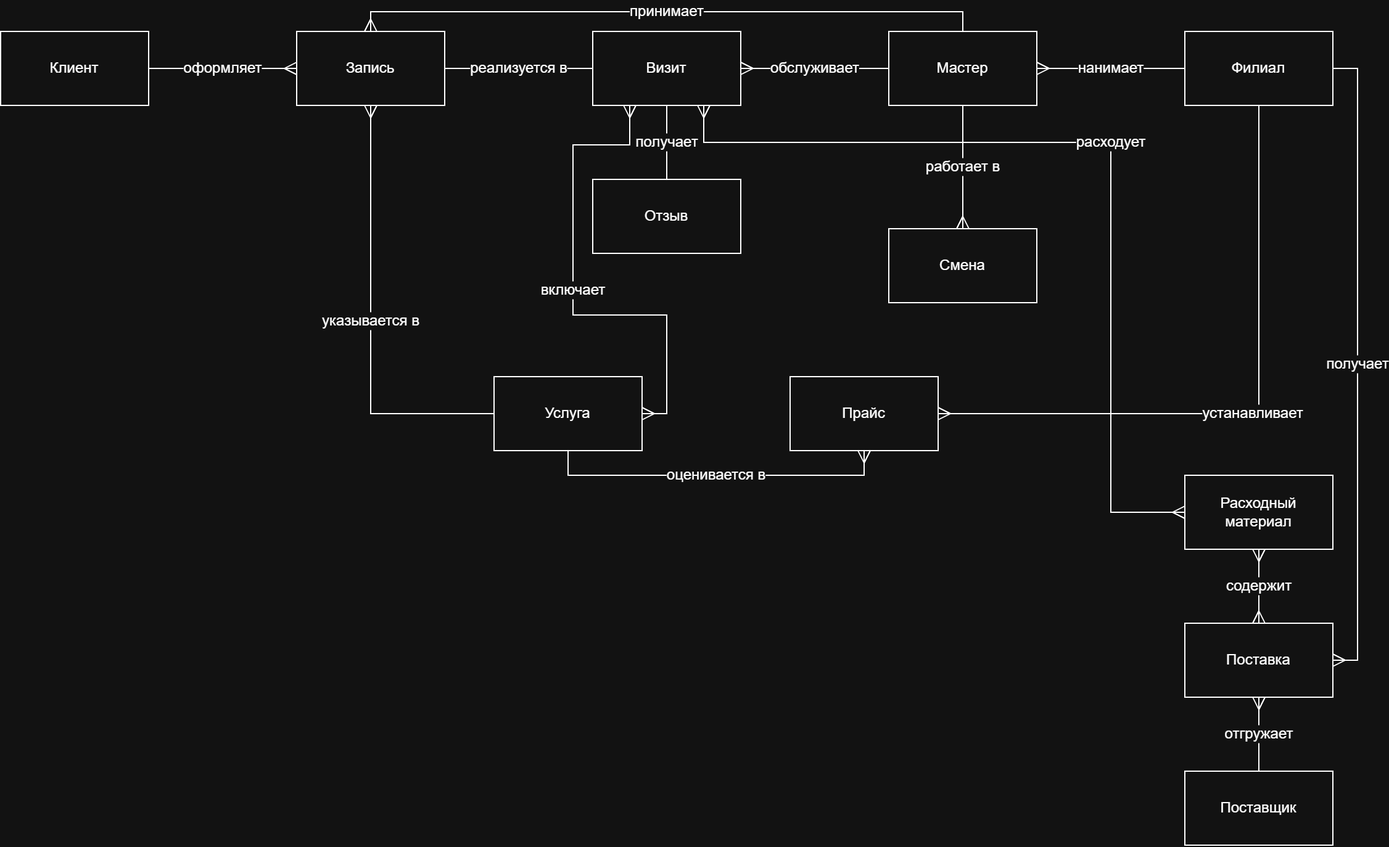
Above: schemas/conceptual.png in dntcs/barbershop-db (draw.io), before the change. Source tidied: cells renumbered, new cells last; positions are measured from the earlier drawing's top-left corner, leaving out a move shared by most shapes.
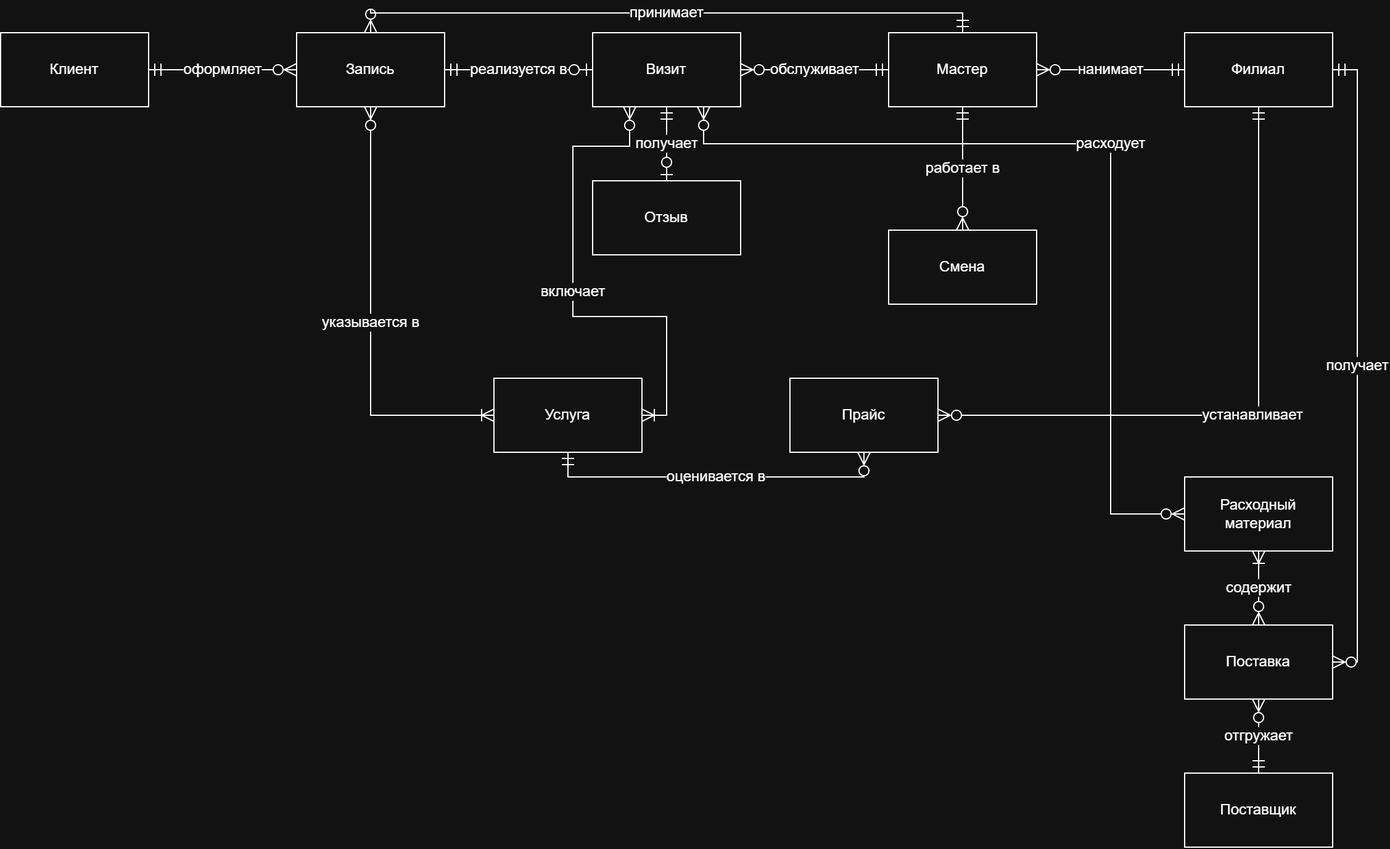
The same file after the commit.

Commit message:
Исправление концептуальной схемы

Diff of the diagram source:
```diff
@@ -2,7 +2,7 @@
   <root>
     <mxCell id="0" />
     <mxCell id="1" parent="0" />
-    <mxCell id="2" value="расходует" style="edgeStyle=orthogonalEdgeStyle;rounded=0;jettySize=auto;html=1;exitX=0.75;exitY=1;exitDx=0;exitDy=0;entryX=0;entryY=0.5;entryDx=0;entryDy=0;fontSize=12;defaultLabelBackgroundColor=page;startSize=8;endSize=8;libavoidRouting=1;endArrow=ERmany;endFill=0;startArrow=ERmany;startFill=0;" parent="1" edge="1" source="18" target="23">
+    <mxCell id="2" value="расходует" style="edgeStyle=orthogonalEdgeStyle;rounded=0;jettySize=auto;html=1;exitX=0.75;exitY=1;exitDx=0;exitDy=0;entryX=0;entryY=0.5;entryDx=0;entryDy=0;fontSize=12;defaultLabelBackgroundColor=page;startSize=8;endSize=8;libavoidRouting=1;endArrow=ERzeroToMany;endFill=0;startArrow=ERzeroToMany;startFill=0;" parent="1" edge="1" source="18" target="23">
       <mxGeometry relative="1" as="geometry">
         <Array as="points">
           <mxPoint x="570" y="106" />
@@ -11,7 +11,7 @@
         </Array>
       </mxGeometry>
     </mxCell>
-    <mxCell id="3" value="принимает" style="edgeStyle=orthogonalEdgeStyle;rounded=0;jettySize=auto;html=1;fontSize=12;defaultLabelBackgroundColor=page;startSize=8;endSize=8;libavoidRouting=1;endArrow=ERmany;endFill=0;startArrow=none;startFill=0;" parent="1" edge="1" source="10" target="15">
+    <mxCell id="3" value="принимает" style="edgeStyle=orthogonalEdgeStyle;rounded=0;jettySize=auto;html=1;fontSize=12;defaultLabelBackgroundColor=page;startSize=8;endSize=8;libavoidRouting=1;endArrow=ERzeroToMany;endFill=0;startArrow=ERmandOne;startFill=0;" parent="1" edge="1" source="10" target="15">
       <mxGeometry relative="1" as="geometry">
         <Array as="points">
           <mxPoint x="780" />
@@ -19,17 +19,17 @@
         </Array>
       </mxGeometry>
     </mxCell>
-    <mxCell id="4" value="нанимает" style="edgeStyle=none;curved=1;rounded=0;curveGeometry=1;jettySize=auto;html=1;exitX=0;exitY=0.5;exitDx=0;exitDy=0;fontSize=12;defaultLabelBackgroundColor=page;startSize=8;endSize=8;endArrow=ERmany;endFill=0;startArrow=none;startFill=0;" parent="1" edge="1" source="7" target="10">
+    <mxCell id="4" value="нанимает" style="edgeStyle=none;curved=1;rounded=0;curveGeometry=1;jettySize=auto;html=1;exitX=0;exitY=0.5;exitDx=0;exitDy=0;fontSize=12;defaultLabelBackgroundColor=page;startSize=8;endSize=8;endArrow=ERzeroToMany;endFill=0;startArrow=ERmandOne;startFill=0;" parent="1" edge="1" source="7" target="10">
       <mxGeometry relative="1" as="geometry" />
     </mxCell>
-    <mxCell id="5" value="устанавливает" style="edgeStyle=orthogonalEdgeStyle;rounded=0;jettySize=auto;html=1;entryX=1;entryY=0.5;entryDx=0;entryDy=0;fontSize=12;defaultLabelBackgroundColor=page;startSize=8;endSize=8;libavoidRouting=1;endArrow=ERmany;endFill=0;startArrow=none;startFill=0;" parent="1" edge="1" source="7" target="22">
+    <mxCell id="5" value="устанавливает" style="edgeStyle=orthogonalEdgeStyle;rounded=0;jettySize=auto;html=1;entryX=1;entryY=0.5;entryDx=0;entryDy=0;fontSize=12;defaultLabelBackgroundColor=page;startSize=8;endSize=8;libavoidRouting=1;endArrow=ERzeroToMany;endFill=0;startArrow=ERmandOne;startFill=0;" parent="1" edge="1" source="7" target="22">
       <mxGeometry relative="1" as="geometry">
         <Array as="points">
           <mxPoint x="1020" y="326" />
         </Array>
       </mxGeometry>
     </mxCell>
-    <mxCell id="6" value="получает" style="edgeStyle=orthogonalEdgeStyle;rounded=0;jettySize=auto;html=1;entryX=1;entryY=0.5;entryDx=0;entryDy=0;fontSize=12;defaultLabelBackgroundColor=page;startSize=8;endSize=8;libavoidRouting=1;endArrow=ERmany;endFill=0;startArrow=none;startFill=0;" parent="1" edge="1" source="7" target="27">
+    <mxCell id="6" value="получает" style="edgeStyle=orthogonalEdgeStyle;rounded=0;jettySize=auto;html=1;entryX=1;entryY=0.5;entryDx=0;entryDy=0;fontSize=12;defaultLabelBackgroundColor=page;startSize=8;endSize=8;libavoidRouting=1;endArrow=ERzeroToMany;endFill=0;startArrow=ERmandOne;startFill=0;" parent="1" edge="1" source="7" target="27">
       <mxGeometry relative="1" as="geometry">
         <Array as="points">
           <mxPoint x="1100" y="46" />
@@ -40,10 +40,10 @@
     <mxCell id="7" value="Филиал" style="rounded=0;whiteSpace=wrap;html=1;" parent="1" vertex="1">
       <mxGeometry x="960" y="16" width="120" height="60" as="geometry" />
     </mxCell>
-    <mxCell id="8" value="работает в" style="edgeStyle=none;curved=1;rounded=0;curveGeometry=1;jettySize=auto;html=1;entryX=0.5;entryY=0;entryDx=0;entryDy=0;fontSize=12;defaultLabelBackgroundColor=page;startSize=8;endSize=8;endArrow=ERmany;endFill=0;startArrow=none;startFill=0;" parent="1" edge="1" source="10" target="11">
+    <mxCell id="8" value="работает в" style="edgeStyle=none;curved=1;rounded=0;curveGeometry=1;jettySize=auto;html=1;entryX=0.5;entryY=0;entryDx=0;entryDy=0;fontSize=12;defaultLabelBackgroundColor=page;startSize=8;endSize=8;endArrow=ERzeroToMany;endFill=0;startArrow=ERmandOne;startFill=0;" parent="1" edge="1" source="10" target="11">
       <mxGeometry relative="1" as="geometry" />
     </mxCell>
-    <mxCell id="9" value="обслуживает" style="edgeStyle=none;curved=1;rounded=0;curveGeometry=1;jettySize=auto;html=1;entryX=1;entryY=0.5;entryDx=0;entryDy=0;fontSize=12;defaultLabelBackgroundColor=page;startSize=8;endSize=8;endArrow=ERmany;endFill=0;startArrow=none;startFill=0;" parent="1" edge="1" source="10" target="18">
+    <mxCell id="9" value="обслуживает" style="edgeStyle=none;curved=1;rounded=0;curveGeometry=1;jettySize=auto;html=1;entryX=1;entryY=0.5;entryDx=0;entryDy=0;fontSize=12;defaultLabelBackgroundColor=page;startSize=8;endSize=8;endArrow=ERzeroToMany;endFill=0;startArrow=ERmandOne;startFill=0;" parent="1" edge="1" source="10" target="18">
       <mxGeometry relative="1" as="geometry" />
     </mxCell>
     <mxCell id="10" value="&lt;div&gt;&lt;span style=&quot;background-color: transparent; color: light-dark(#000000, var(--ge-light-color, #ffffff));&quot;&gt;Мастер&lt;/span&gt;&lt;/div&gt;" style="rounded=0;whiteSpace=wrap;html=1;" parent="1" vertex="1">
@@ -52,19 +52,19 @@
     <mxCell id="11" value="Смена" style="rounded=0;whiteSpace=wrap;html=1;" parent="1" vertex="1">
       <mxGeometry x="720" y="176" width="120" height="60" as="geometry" />
     </mxCell>
-    <mxCell id="12" value="оформляет" style="edgeStyle=none;curved=1;rounded=0;curveGeometry=1;jettySize=auto;html=1;fontSize=12;defaultLabelBackgroundColor=page;startSize=8;endSize=8;endArrow=ERmany;endFill=0;startArrow=none;startFill=0;" parent="1" edge="1" source="13" target="15">
+    <mxCell id="12" value="оформляет" style="edgeStyle=none;curved=1;rounded=0;curveGeometry=1;jettySize=auto;html=1;fontSize=12;defaultLabelBackgroundColor=page;startSize=8;endSize=8;endArrow=ERzeroToMany;endFill=0;startArrow=ERmandOne;startFill=0;" parent="1" edge="1" source="13" target="15">
       <mxGeometry relative="1" as="geometry" />
     </mxCell>
     <mxCell id="13" value="Клиент" style="rounded=0;whiteSpace=wrap;html=1;" parent="1" vertex="1">
       <mxGeometry y="16" width="120" height="60" as="geometry" />
     </mxCell>
-    <mxCell id="14" value="реализуется в" style="edgeStyle=none;curved=1;rounded=0;curveGeometry=1;jettySize=auto;html=1;fontSize=12;defaultLabelBackgroundColor=page;startSize=8;endSize=8;startArrow=none;startFill=0;endArrow=none;endFill=0;" parent="1" edge="1" source="15" target="18">
+    <mxCell id="14" value="реализуется в" style="edgeStyle=none;curved=1;rounded=0;curveGeometry=1;jettySize=auto;html=1;fontSize=12;defaultLabelBackgroundColor=page;startSize=8;endSize=8;startArrow=ERmandOne;startFill=0;endArrow=ERzeroToOne;endFill=0;" parent="1" edge="1" source="15" target="18">
       <mxGeometry relative="1" as="geometry" />
     </mxCell>
     <mxCell id="15" value="Запись" style="rounded=0;whiteSpace=wrap;html=1;" parent="1" vertex="1">
       <mxGeometry x="240" y="16" width="120" height="60" as="geometry" />
     </mxCell>
-    <mxCell id="16" value="включает" style="edgeStyle=orthogonalEdgeStyle;rounded=0;jettySize=auto;html=1;entryX=1;entryY=0.5;entryDx=0;entryDy=0;fontSize=12;defaultLabelBackgroundColor=page;startSize=8;endSize=8;libavoidRouting=1;exitX=0.25;exitY=1;exitDx=0;exitDy=0;endArrow=ERmany;endFill=0;startArrow=ERmany;startFill=0;" parent="1" edge="1" source="18" target="21">
+    <mxCell id="16" value="включает" style="edgeStyle=orthogonalEdgeStyle;rounded=0;jettySize=auto;html=1;entryX=1;entryY=0.5;entryDx=0;entryDy=0;fontSize=12;defaultLabelBackgroundColor=page;startSize=8;endSize=8;libavoidRouting=1;exitX=0.25;exitY=1;exitDx=0;exitDy=0;endArrow=ERoneToMany;endFill=0;startArrow=ERzeroToMany;startFill=0;" parent="1" edge="1" source="18" target="21">
       <mxGeometry relative="1" as="geometry">
         <Array as="points">
           <mxPoint x="510" y="108" />
@@ -75,16 +75,16 @@
         </Array>
       </mxGeometry>
     </mxCell>
-    <mxCell id="17" value="получает" style="edgeStyle=none;curved=1;rounded=0;curveGeometry=1;jettySize=auto;html=1;entryX=0.5;entryY=0;entryDx=0;entryDy=0;fontSize=12;defaultLabelBackgroundColor=page;startSize=8;endSize=8;startArrow=none;startFill=0;endArrow=none;endFill=0;" parent="1" edge="1" source="18" target="28">
+    <mxCell id="17" value="получает" style="edgeStyle=none;curved=1;rounded=0;curveGeometry=1;jettySize=auto;html=1;entryX=0.5;entryY=0;entryDx=0;entryDy=0;fontSize=12;defaultLabelBackgroundColor=page;startSize=8;endSize=8;startArrow=ERmandOne;startFill=0;endArrow=ERzeroToOne;endFill=0;" parent="1" edge="1" source="18" target="28">
       <mxGeometry relative="1" as="geometry" />
     </mxCell>
     <mxCell id="18" value="Визит" style="rounded=0;whiteSpace=wrap;html=1;" parent="1" vertex="1">
       <mxGeometry x="480" y="16" width="120" height="60" as="geometry" />
     </mxCell>
-    <mxCell id="19" value="указывается в" style="edgeStyle=orthogonalEdgeStyle;rounded=0;jettySize=auto;html=1;entryX=0.5;entryY=1;entryDx=0;entryDy=0;fontSize=12;defaultLabelBackgroundColor=page;startSize=8;endSize=8;endArrow=ERmany;endFill=0;startArrow=none;startFill=0;" parent="1" edge="1" source="21" target="15">
+    <mxCell id="19" value="указывается в" style="edgeStyle=orthogonalEdgeStyle;rounded=0;jettySize=auto;html=1;entryX=0.5;entryY=1;entryDx=0;entryDy=0;fontSize=12;defaultLabelBackgroundColor=page;startSize=8;endSize=8;endArrow=ERzeroToMany;endFill=0;startArrow=ERoneToMany;startFill=0;" parent="1" edge="1" source="21" target="15">
       <mxGeometry relative="1" as="geometry" />
     </mxCell>
-    <mxCell id="20" value="оценивается в" style="edgeStyle=orthogonalEdgeStyle;rounded=0;jettySize=auto;html=1;entryX=0.5;entryY=1;entryDx=0;entryDy=0;fontSize=12;defaultLabelBackgroundColor=page;startSize=8;endSize=8;libavoidRouting=1;endArrow=ERmany;endFill=0;startArrow=none;startFill=0;" parent="1" edge="1" source="21" target="22">
+    <mxCell id="20" value="оценивается в" style="edgeStyle=orthogonalEdgeStyle;rounded=0;jettySize=auto;html=1;entryX=0.5;entryY=1;entryDx=0;entryDy=0;fontSize=12;defaultLabelBackgroundColor=page;startSize=8;endSize=8;libavoidRouting=1;endArrow=ERzeroToMany;endFill=0;startArrow=ERmandOne;startFill=0;" parent="1" edge="1" source="21" target="22">
       <mxGeometry relative="1" as="geometry">
         <Array as="points">
           <mxPoint x="460" y="376" />
@@ -101,13 +101,13 @@
     <mxCell id="23" value="Расходный материал" style="rounded=0;whiteSpace=wrap;html=1;" parent="1" vertex="1">
       <mxGeometry x="960" y="376" width="120" height="60" as="geometry" />
     </mxCell>
-    <mxCell id="24" value="отгружает" style="edgeStyle=none;curved=1;rounded=0;curveGeometry=1;jettySize=auto;html=1;entryX=0.5;entryY=1;entryDx=0;entryDy=0;fontSize=12;defaultLabelBackgroundColor=page;startSize=8;endSize=8;endArrow=ERmany;endFill=0;startArrow=none;startFill=0;" parent="1" edge="1" source="25" target="27">
+    <mxCell id="24" value="отгружает" style="edgeStyle=none;curved=1;rounded=0;curveGeometry=1;jettySize=auto;html=1;fontSize=12;defaultLabelBackgroundColor=page;startSize=8;endSize=8;endArrow=ERzeroToMany;endFill=0;startArrow=ERmandOne;startFill=0;entryX=0.5;entryY=1;entryDx=0;entryDy=0;" parent="1" edge="1" source="25" target="27">
       <mxGeometry relative="1" as="geometry" />
     </mxCell>
     <mxCell id="25" value="Поставщик" style="rounded=0;whiteSpace=wrap;html=1;" parent="1" vertex="1">
       <mxGeometry x="960" y="616" width="120" height="60" as="geometry" />
     </mxCell>
-    <mxCell id="26" value="содержит" style="edgeStyle=none;curved=1;rounded=0;curveGeometry=1;jettySize=auto;html=1;fontSize=12;defaultLabelBackgroundColor=page;startSize=8;endSize=8;endArrow=ERmany;endFill=0;startArrow=ERmany;startFill=0;" parent="1" edge="1" source="27" target="23">
+    <mxCell id="26" value="содержит" style="edgeStyle=none;curved=1;rounded=0;curveGeometry=1;jettySize=auto;html=1;fontSize=12;defaultLabelBackgroundColor=page;startSize=8;endSize=8;endArrow=ERoneToMany;endFill=0;startArrow=ERzeroToMany;startFill=0;" parent="1" edge="1" source="27" target="23">
       <mxGeometry relative="1" as="geometry" />
     </mxCell>
     <mxCell id="27" value="Поставка" style="rounded=0;whiteSpace=wrap;html=1;" parent="1" vertex="1">
```
